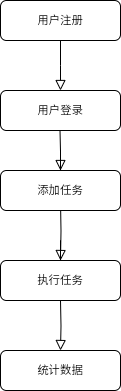
Before: user-flow.drawio.png, a diagram exported from draw.io (nanxfu/Practice). Source tidied: cells renumbered, new cells last; positions are measured from the earlier drawing's top-left corner, leaving out a move shared by most shapes.
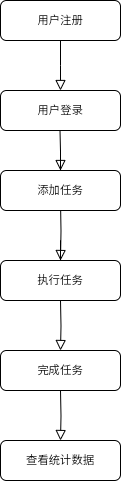
The same file after the commit.

Diff of the diagram source:
```diff
@@ -36,7 +36,7 @@
         <mxPoint x="60" y="300" as="sourcePoint" />
       </mxGeometry>
     </mxCell>
-    <mxCell id="10" value="统计数据" style="rounded=1;whiteSpace=wrap;html=1;fontSize=12;glass=0;strokeWidth=1;shadow=0;" parent="1" vertex="1">
+    <mxCell id="10" value="完成任务" style="rounded=1;whiteSpace=wrap;html=1;fontSize=12;glass=0;strokeWidth=1;shadow=0;" parent="1" vertex="1">
       <mxGeometry y="350" width="120" height="40" as="geometry" />
     </mxCell>
     <mxCell id="11" style="rounded=0;html=1;jettySize=auto;fontSize=11;endArrow=block;endFill=0;endSize=8;strokeWidth=1;shadow=0;labelBackgroundColor=none;edgeStyle=orthogonalEdgeStyle;" parent="1" edge="1" target="12">
@@ -50,5 +50,13 @@
     <mxCell id="13" style="edgeStyle=none;curved=1;rounded=0;orthogonalLoop=1;jettySize=auto;html=1;entryX=0.5;entryY=1;entryDx=0;entryDy=0;fontSize=12;startSize=8;endSize=8;" parent="1" edge="1" source="12" target="12">
       <mxGeometry relative="1" as="geometry" />
     </mxCell>
+    <mxCell id="14" style="rounded=0;html=1;jettySize=auto;fontSize=11;endArrow=block;endFill=0;endSize=8;strokeWidth=1;shadow=0;labelBackgroundColor=none;edgeStyle=orthogonalEdgeStyle;" parent="1" edge="1" target="15">
+      <mxGeometry relative="1" as="geometry">
+        <mxPoint x="60" y="390" as="sourcePoint" />
+      </mxGeometry>
+    </mxCell>
+    <mxCell id="15" value="查看统计数据" style="rounded=1;whiteSpace=wrap;html=1;fontSize=12;glass=0;strokeWidth=1;shadow=0;" parent="1" vertex="1">
+      <mxGeometry y="440" width="120" height="40" as="geometry" />
+    </mxCell>
   </root>
 </mxGraphModel>
```
